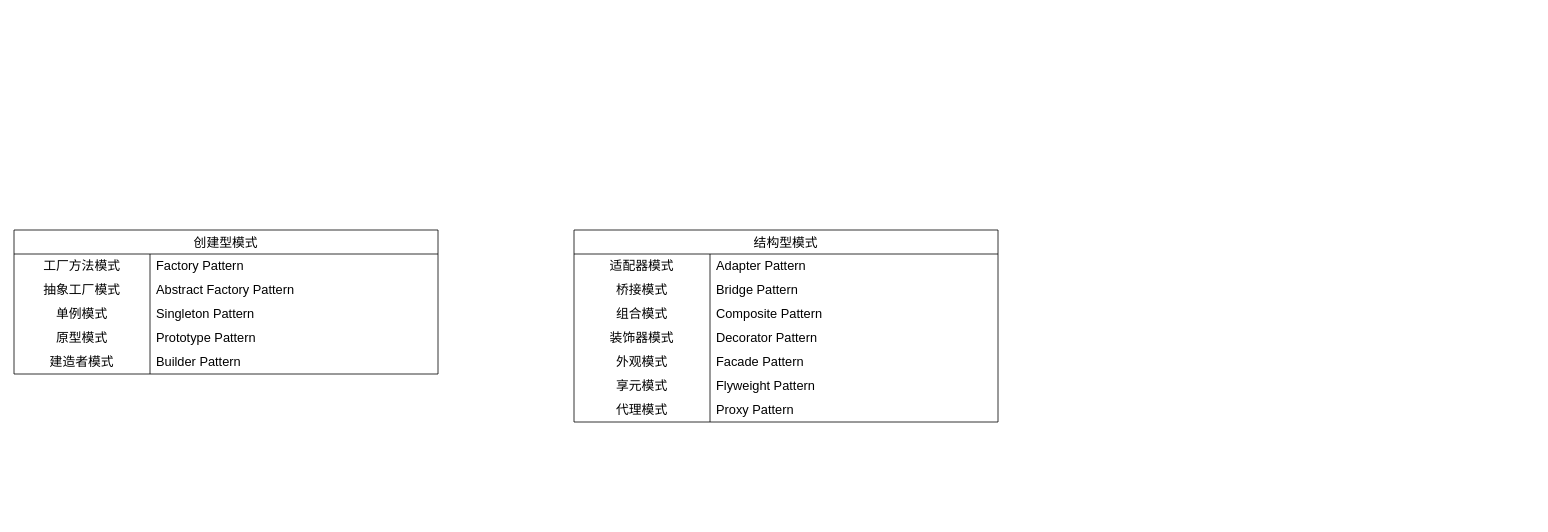
The draw.io diagram page "设计模式" (2 of 12) of mspaint/Java.drawio in D1isney/notes, before the edit. Source tidied: cells renumbered, new cells numbered last; positions are measured from the earlier drawing's top-left corner, leaving out a move shared by most shapes. Both pictures are drawn from the tidied source at 80%, with x=0, y=0 at pixel (14, 230).
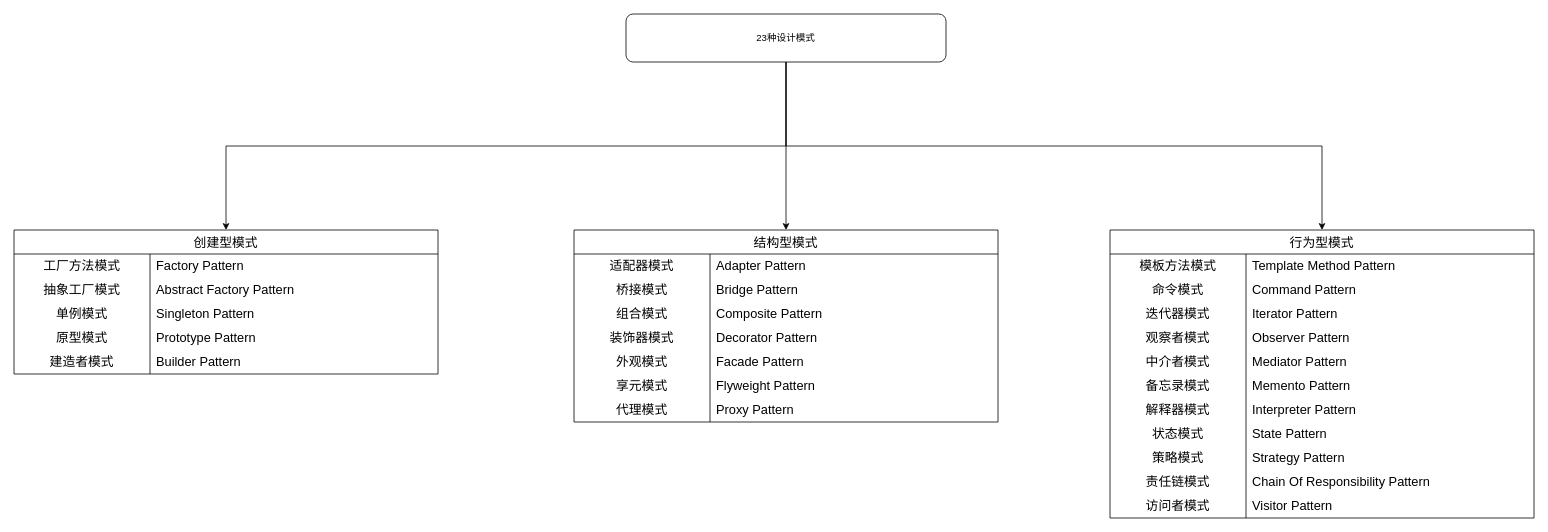
After the change.

The change refers to these unchanged cells:
```xml
<mxCell id="2" value="创建型模式" style="shape=table;startSize=30;childLayout=tableLayout;rowLines=0;fontStyle=0;strokeColor=default;fontSize=16;" parent="1" vertex="1">
  <mxGeometry width="530" height="180" as="geometry" />
</mxCell>
<mxCell id="18" value="结构型模式" style="shape=table;startSize=30;childLayout=tableLayout;rowLines=0;fontStyle=0;strokeColor=default;fontSize=16;" parent="1" vertex="1">
  <mxGeometry x="700" width="530" height="240" as="geometry" />
</mxCell>
```

What changed in the source:
```diff
@@
+    <mxCell id="40" value="行为型模式" style="shape=table;startSize=30;childLayout=tableLayout;rowLines=0;fontStyle=0;strokeColor=default;fontSize=16;" parent="1" vertex="1">
+      <mxGeometry x="1370" width="530" height="360" as="geometry" />
+    </mxCell>
+    <mxCell id="41" style="shape=tableRow;horizontal=0;startSize=0;swimlaneHead=0;swimlaneBody=0;top=0;left=0;bottom=0;right=0;fillColor=none;strokeColor=inherit;fontSize=16;" parent="40" vertex="1">
+      <mxGeometry y="30" width="530" height="30" as="geometry" />
+    </mxCell>
+    <mxCell id="42" value="模板方法模式" style="shape=partialRectangle;html=1;whiteSpace=wrap;fillColor=none;top=0;left=0;bottom=0;right=0;overflow=hidden;strokeColor=inherit;fontSize=16;" parent="41" vertex="1">
+      <mxGeometry width="170" height="30" as="geometry" />
+    </mxCell>
+    <mxCell id="43" value="Template Method Pattern" style="shape=partialRectangle;html=1;whiteSpace=wrap;fillColor=none;top=0;left=0;bottom=0;right=0;align=left;spacingLeft=6;overflow=hidden;strokeColor=inherit;fontSize=16;" parent="41" vertex="1">
+      <mxGeometry x="170" width="360" height="30" as="geometry" />
+    </mxCell>
+    <mxCell id="44" style="shape=tableRow;horizontal=0;startSize=0;swimlaneHead=0;swimlaneBody=0;top=0;left=0;bottom=0;right=0;fillColor=none;strokeColor=inherit;fontSize=16;" parent="40" vertex="1">
+      <mxGeometry y="60" width="530" height="30" as="geometry" />
+    </mxCell>
+    <mxCell id="45" value="命令模式" style="shape=partialRectangle;html=1;whiteSpace=wrap;fillColor=none;top=0;left=0;bottom=0;right=0;overflow=hidden;strokeColor=inherit;fontSize=16;" parent="44" vertex="1">
+      <mxGeometry width="170" height="30" as="geometry" />
+    </mxCell>
+    <mxCell id="46" value="Command Pattern" style="shape=partialRectangle;html=1;whiteSpace=wrap;fillColor=none;top=0;left=0;bottom=0;right=0;align=left;spacingLeft=6;overflow=hidden;strokeColor=inherit;fontSize=16;" parent="44" vertex="1">
+      <mxGeometry x="170" width="360" height="30" as="geometry" />
+    </mxCell>
+    <mxCell id="47" style="shape=tableRow;horizontal=0;startSize=0;swimlaneHead=0;swimlaneBody=0;top=0;left=0;bottom=0;right=0;fillColor=none;strokeColor=inherit;fontSize=16;" parent="40" vertex="1">
+      <mxGeometry y="90" width="530" height="30" as="geometry" />
+    </mxCell>
+    <mxCell id="48" value="迭代器模式" style="shape=partialRectangle;html=1;whiteSpace=wrap;fillColor=none;top=0;left=0;bottom=0;right=0;overflow=hidden;strokeColor=inherit;fontSize=16;" parent="47" vertex="1">
+      <mxGeometry width="170" height="30" as="geometry" />
+    </mxCell>
+    <mxCell id="49" value="Iterator Pattern" style="shape=partialRectangle;html=1;whiteSpace=wrap;fillColor=none;top=0;left=0;bottom=0;right=0;align=left;spacingLeft=6;overflow=hidden;strokeColor=inherit;fontSize=16;" parent="47" vertex="1">
+      <mxGeometry x="170" width="360" height="30" as="geometry" />
+    </mxCell>
+    <mxCell id="50" style="shape=tableRow;horizontal=0;startSize=0;swimlaneHead=0;swimlaneBody=0;top=0;left=0;bottom=0;right=0;fillColor=none;strokeColor=inherit;fontSize=16;" parent="40" vertex="1">
+      <mxGeometry y="120" width="530" height="30" as="geometry" />
+    </mxCell>
+    <mxCell id="51" value="观察者模式" style="shape=partialRectangle;html=1;whiteSpace=wrap;fillColor=none;top=0;left=0;bottom=0;right=0;overflow=hidden;strokeColor=inherit;fontSize=16;" parent="50" vertex="1">
+      <mxGeometry width="170" height="30" as="geometry" />
+    </mxCell>
+    <mxCell id="52" value="Observer Pattern" style="shape=partialRectangle;html=1;whiteSpace=wrap;fillColor=none;top=0;left=0;bottom=0;right=0;align=left;spacingLeft=6;overflow=hidden;strokeColor=inherit;fontSize=16;" parent="50" vertex="1">
+      <mxGeometry x="170" width="360" height="30" as="geometry" />
+    </mxCell>
+    <mxCell id="53" style="shape=tableRow;horizontal=0;startSize=0;swimlaneHead=0;swimlaneBody=0;top=0;left=0;bottom=0;right=0;fillColor=none;strokeColor=inherit;fontSize=16;" parent="40" vertex="1">
+      <mxGeometry y="150" width="530" height="30" as="geometry" />
+    </mxCell>
+    <mxCell id="54" value="中介者模式" style="shape=partialRectangle;html=1;whiteSpace=wrap;fillColor=none;top=0;left=0;bottom=0;right=0;overflow=hidden;strokeColor=inherit;fontSize=16;" parent="53" vertex="1">
+      <mxGeometry width="170" height="30" as="geometry" />
+    </mxCell>
+    <mxCell id="55" value="Mediator Pattern" style="shape=partialRectangle;html=1;whiteSpace=wrap;fillColor=none;top=0;left=0;bottom=0;right=0;align=left;spacingLeft=6;overflow=hidden;strokeColor=inherit;fontSize=16;" parent="53" vertex="1">
+      <mxGeometry x="170" width="360" height="30" as="geometry" />
+    </mxCell>
+    <mxCell id="56" style="shape=tableRow;horizontal=0;startSize=0;swimlaneHead=0;swimlaneBody=0;top=0;left=0;bottom=0;right=0;fillColor=none;strokeColor=inherit;fontSize=16;" parent="40" vertex="1">
+      <mxGeometry y="180" width="530" height="30" as="geometry" />
+    </mxCell>
+    <mxCell id="57" value="备忘录模式" style="shape=partialRectangle;html=1;whiteSpace=wrap;fillColor=none;top=0;left=0;bottom=0;right=0;overflow=hidden;strokeColor=inherit;fontSize=16;" parent="56" vertex="1">
+      <mxGeometry width="170" height="30" as="geometry" />
+    </mxCell>
+    <mxCell id="58" value="Memento Pattern" style="shape=partialRectangle;html=1;whiteSpace=wrap;fillColor=none;top=0;left=0;bottom=0;right=0;align=left;spacingLeft=6;overflow=hidden;strokeColor=inherit;fontSize=16;" parent="56" vertex="1">
+      <mxGeometry x="170" width="360" height="30" as="geometry" />
+    </mxCell>
+    <mxCell id="59" style="shape=tableRow;horizontal=0;startSize=0;swimlaneHead=0;swimlaneBody=0;top=0;left=0;bottom=0;right=0;fillColor=none;strokeColor=inherit;fontSize=16;" parent="40" vertex="1">
+      <mxGeometry y="210" width="530" height="30" as="geometry" />
+    </mxCell>
+    <mxCell id="60" value="解释器模式" style="shape=partialRectangle;html=1;whiteSpace=wrap;fillColor=none;top=0;left=0;bottom=0;right=0;overflow=hidden;strokeColor=inherit;fontSize=16;" parent="59" vertex="1">
+      <mxGeometry width="170" height="30" as="geometry" />
+    </mxCell>
+    <mxCell id="61" value="Interpreter Pattern" style="shape=partialRectangle;html=1;whiteSpace=wrap;fillColor=none;top=0;left=0;bottom=0;right=0;align=left;spacingLeft=6;overflow=hidden;strokeColor=inherit;fontSize=16;" parent="59" vertex="1">
+      <mxGeometry x="170" width="360" height="30" as="geometry" />
+    </mxCell>
+    <mxCell id="62" style="shape=tableRow;horizontal=0;startSize=0;swimlaneHead=0;swimlaneBody=0;top=0;left=0;bottom=0;right=0;fillColor=none;strokeColor=inherit;fontSize=16;" parent="40" vertex="1">
+      <mxGeometry y="240" width="530" height="30" as="geometry" />
+    </mxCell>
+    <mxCell id="63" value="状态模式" style="shape=partialRectangle;html=1;whiteSpace=wrap;fillColor=none;top=0;left=0;bottom=0;right=0;overflow=hidden;strokeColor=inherit;fontSize=16;" parent="62" vertex="1">
+      <mxGeometry width="170" height="30" as="geometry" />
+    </mxCell>
+    <mxCell id="64" value="State Pattern" style="shape=partialRectangle;html=1;whiteSpace=wrap;fillColor=none;top=0;left=0;bottom=0;right=0;align=left;spacingLeft=6;overflow=hidden;strokeColor=inherit;fontSize=16;" parent="62" vertex="1">
+      <mxGeometry x="170" width="360" height="30" as="geometry" />
+    </mxCell>
+    <mxCell id="65" style="shape=tableRow;horizontal=0;startSize=0;swimlaneHead=0;swimlaneBody=0;top=0;left=0;bottom=0;right=0;fillColor=none;strokeColor=inherit;fontSize=16;" parent="40" vertex="1">
+      <mxGeometry y="270" width="530" height="30" as="geometry" />
+    </mxCell>
+    <mxCell id="66" value="策略模式" style="shape=partialRectangle;html=1;whiteSpace=wrap;fillColor=none;top=0;left=0;bottom=0;right=0;overflow=hidden;strokeColor=inherit;fontSize=16;" parent="65" vertex="1">
+      <mxGeometry width="170" height="30" as="geometry" />
+    </mxCell>
+    <mxCell id="67" value="Strategy Pattern" style="shape=partialRectangle;html=1;whiteSpace=wrap;fillColor=none;top=0;left=0;bottom=0;right=0;align=left;spacingLeft=6;overflow=hidden;strokeColor=inherit;fontSize=16;" parent="65" vertex="1">
+      <mxGeometry x="170" width="360" height="30" as="geometry" />
+    </mxCell>
+    <mxCell id="68" style="shape=tableRow;horizontal=0;startSize=0;swimlaneHead=0;swimlaneBody=0;top=0;left=0;bottom=0;right=0;fillColor=none;strokeColor=inherit;fontSize=16;" parent="40" vertex="1">
+      <mxGeometry y="300" width="530" height="30" as="geometry" />
+    </mxCell>
+    <mxCell id="69" value="责任链模式" style="shape=partialRectangle;html=1;whiteSpace=wrap;fillColor=none;top=0;left=0;bottom=0;right=0;overflow=hidden;strokeColor=inherit;fontSize=16;" parent="68" vertex="1">
+      <mxGeometry width="170" height="30" as="geometry" />
+    </mxCell>
+    <mxCell id="70" value="Chain Of Responsibility Pattern" style="shape=partialRectangle;html=1;whiteSpace=wrap;fillColor=none;top=0;left=0;bottom=0;right=0;align=left;spacingLeft=6;overflow=hidden;strokeColor=inherit;fontSize=16;" parent="68" vertex="1">
+      <mxGeometry x="170" width="360" height="30" as="geometry" />
+    </mxCell>
+    <mxCell id="71" style="shape=tableRow;horizontal=0;startSize=0;swimlaneHead=0;swimlaneBody=0;top=0;left=0;bottom=0;right=0;fillColor=none;strokeColor=inherit;fontSize=16;" parent="40" vertex="1">
+      <mxGeometry y="330" width="530" height="30" as="geometry" />
+    </mxCell>
+    <mxCell id="72" value="访问者模式" style="shape=partialRectangle;html=1;whiteSpace=wrap;fillColor=none;top=0;left=0;bottom=0;right=0;overflow=hidden;strokeColor=inherit;fontSize=16;" parent="71" vertex="1">
+      <mxGeometry width="170" height="30" as="geometry" />
+    </mxCell>
+    <mxCell id="73" value="Visitor Pattern" style="shape=partialRectangle;html=1;whiteSpace=wrap;fillColor=none;top=0;left=0;bottom=0;right=0;align=left;spacingLeft=6;overflow=hidden;strokeColor=inherit;fontSize=16;" parent="71" vertex="1">
+      <mxGeometry x="170" width="360" height="30" as="geometry" />
+    </mxCell>
+    <mxCell id="74" style="edgeStyle=orthogonalEdgeStyle;rounded=0;jettySize=auto;html=1;exitX=0.5;exitY=1;exitDx=0;exitDy=0;" parent="1" edge="1" source="77" target="2">
+      <mxGeometry relative="1" as="geometry" />
+    </mxCell>
+    <mxCell id="75" style="edgeStyle=orthogonalEdgeStyle;rounded=0;jettySize=auto;html=1;exitX=0.5;exitY=1;exitDx=0;exitDy=0;entryX=0.5;entryY=0;entryDx=0;entryDy=0;" parent="1" edge="1" source="77" target="18">
+      <mxGeometry relative="1" as="geometry" />
+    </mxCell>
+    <mxCell id="76" style="edgeStyle=orthogonalEdgeStyle;rounded=0;jettySize=auto;html=1;exitX=0.5;exitY=1;exitDx=0;exitDy=0;entryX=0.5;entryY=0;entryDx=0;entryDy=0;" parent="1" edge="1" source="77" target="40">
+      <mxGeometry relative="1" as="geometry" />
+    </mxCell>
+    <mxCell id="77" value="23种设计模式" style="rounded=1;whiteSpace=wrap;html=1;" parent="1" vertex="1">
+      <mxGeometry x="765" y="-270" width="400" height="60" as="geometry" />
+    </mxCell>
```
